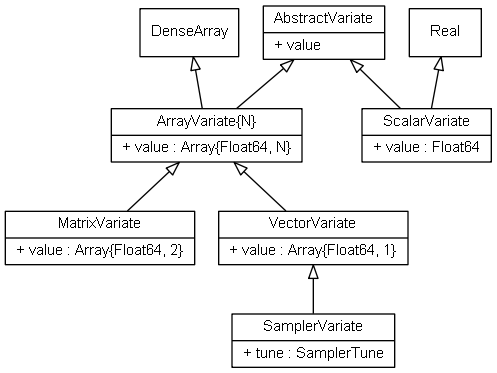
Earlier version of the Graphviz export doc/images/variateUML.png (brian-j-smith/Mamba.jl). Its source is kept beside it as doc/images/variateUML.dot.
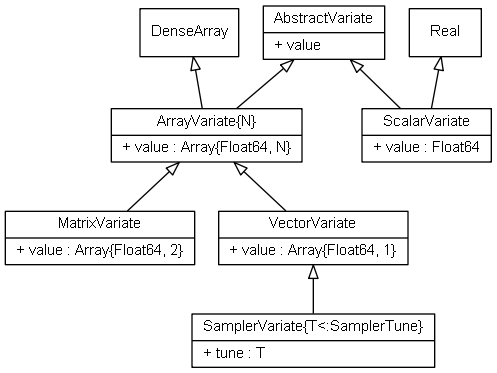
After the change.

What changed in the source:
```diff
@@ -16,7 +16,7 @@
 
     Real [label = "{Real}"]
 
-    SamplerVariate [label = "{SamplerVariate|+ tune : SamplerTune\l}"]
+    SamplerVariate [label = "{SamplerVariate\{T\<\:SamplerTune\}|+ tune : T\l}"]
 
     ScalarVariate [label = "{ScalarVariate|+ value : Float64\l}"]
 
```
